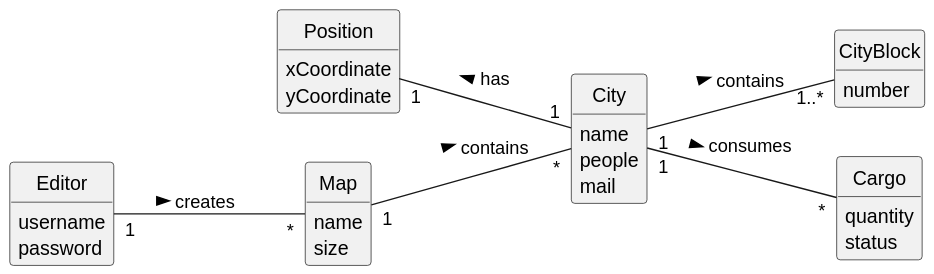
Before: Sprint2/US003/02.analysis/svg/US003-DM.svg, a diagram exported from PlantUML (1240935/pi2-railway-simulator).
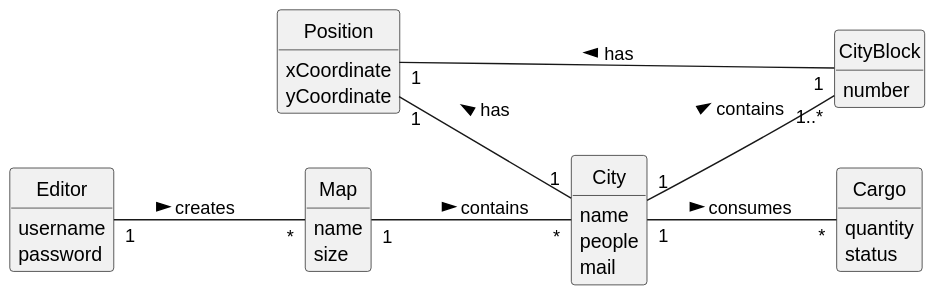
Above is the later version.

The edit, as a diff of the source:
```diff
@@ -48,4 +48,5 @@
 City "1" -- "1..*" CityBlock: contains >
 City "1" -- "*" Cargo: consumes >
 Position "1" -- "1" City: has <
+Position "1" -- "1" CityBlock: has <
 @enduml
```
